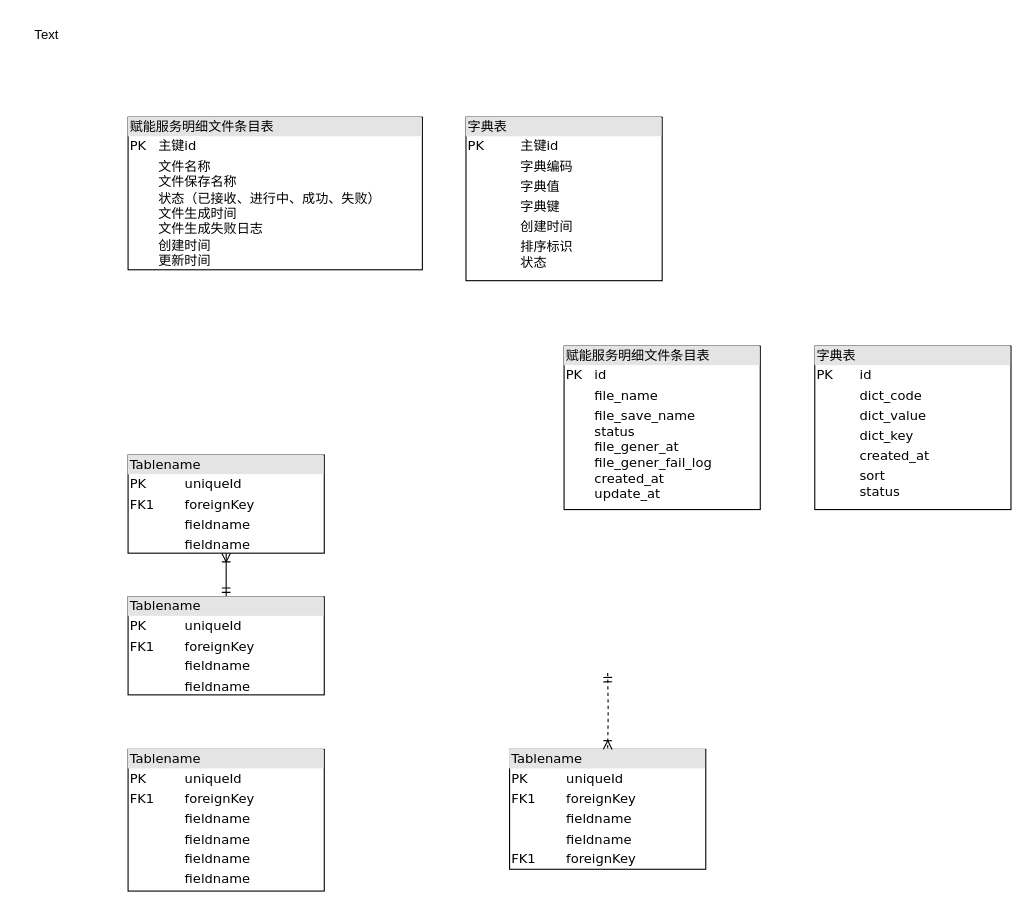
Before: 监管服务物理模型.drawio in b897846872/blogbackui, a draw.io diagram. Source tidied: cells renumbered, new cells numbered last; positions are measured from the earlier drawing's top-left corner, leaving out a move shared by most shapes. Both pictures are drawn from the tidied source at 109%, with x=0, y=0 at pixel (19, 19).
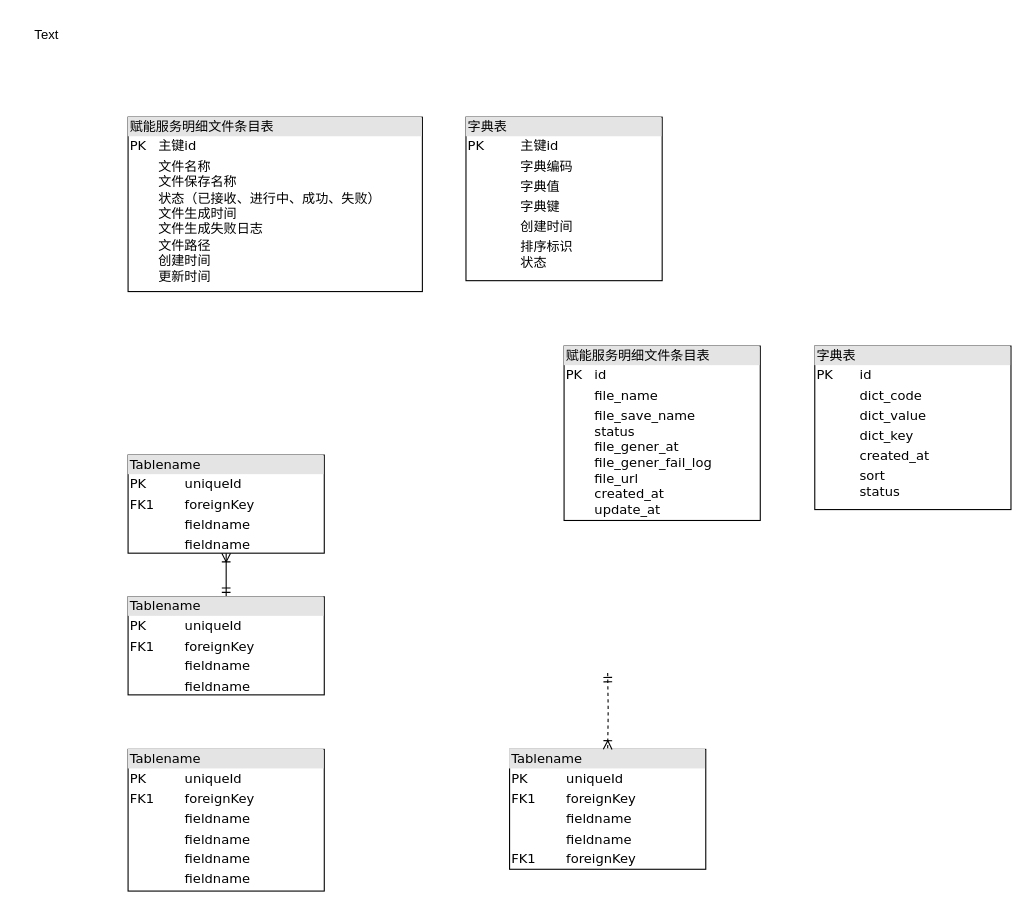
The same page after the edit.

Commit message:
更新监管服务物理模型.drawio

What changed in the source:
```diff
@@
 <mxGraphModel>
   <root>
     <mxCell id="0" />
     <mxCell id="1" parent="0" />
-    <mxCell id="2" value="&lt;div style=&quot;box-sizing: border-box; width: 100%; background: rgb(228, 228, 228); padding: 2px;&quot;&gt;赋能服务明细文件条目表&lt;/div&gt;&lt;table style=&quot;width:100%;font-size:1em;&quot; cellpadding=&quot;2&quot; cellspacing=&quot;0&quot;&gt;&lt;tbody&gt;&lt;tr&gt;&lt;td&gt;PK&lt;/td&gt;&lt;td&gt;&amp;nbsp;主键id&lt;/td&gt;&lt;/tr&gt;&lt;tr&gt;&lt;td&gt;&lt;br&gt;&lt;/td&gt;&lt;td&gt;&amp;nbsp;文件名称&lt;br&gt;&amp;nbsp;文件保存名称&lt;br&gt;&amp;nbsp;状态（已接收、进行中、成功、失败）&lt;br&gt;&amp;nbsp;文件生成时间&lt;br&gt;&amp;nbsp;文件生成失败日志&lt;br&gt;&amp;nbsp;创建时间&lt;br&gt;&amp;nbsp;更新时间&lt;/td&gt;&lt;/tr&gt;&lt;tr&gt;&lt;td&gt;&lt;/td&gt;&lt;td&gt;&lt;br&gt;&lt;/td&gt;&lt;/tr&gt;&lt;/tbody&gt;&lt;/table&gt;" style="verticalAlign=top;align=left;overflow=fill;html=1;rounded=0;shadow=0;comic=0;labelBackgroundColor=none;strokeWidth=1;fontFamily=Verdana;fontSize=12;" parent="1" vertex="1">
-      <mxGeometry x="100" y="90" width="270" height="140" as="geometry" />
+    <mxCell id="2" value="&lt;div style=&quot;box-sizing: border-box; width: 100%; background: rgb(228, 228, 228); padding: 2px;&quot;&gt;赋能服务明细文件条目表&lt;/div&gt;&lt;table style=&quot;width:100%;font-size:1em;&quot; cellpadding=&quot;2&quot; cellspacing=&quot;0&quot;&gt;&lt;tbody&gt;&lt;tr&gt;&lt;td&gt;PK&lt;/td&gt;&lt;td&gt;&amp;nbsp;主键id&lt;/td&gt;&lt;/tr&gt;&lt;tr&gt;&lt;td&gt;&lt;br&gt;&lt;/td&gt;&lt;td&gt;&amp;nbsp;文件名称&lt;br&gt;&amp;nbsp;文件保存名称&lt;br&gt;&amp;nbsp;状态（已接收、进行中、成功、失败）&lt;br&gt;&amp;nbsp;文件生成时间&lt;br&gt;&amp;nbsp;文件生成失败日志&lt;br&gt;&amp;nbsp;文件路径&lt;br&gt;&amp;nbsp;创建时间&lt;br&gt;&amp;nbsp;更新时间&lt;/td&gt;&lt;/tr&gt;&lt;tr&gt;&lt;td&gt;&lt;/td&gt;&lt;td&gt;&lt;br&gt;&lt;/td&gt;&lt;/tr&gt;&lt;/tbody&gt;&lt;/table&gt;" style="verticalAlign=top;align=left;overflow=fill;html=1;rounded=0;shadow=0;comic=0;labelBackgroundColor=none;strokeWidth=1;fontFamily=Verdana;fontSize=12;" parent="1" vertex="1">
+      <mxGeometry x="100" y="90" width="270" height="160" as="geometry" />
     </mxCell>
     <mxCell id="3" value="&lt;div style=&quot;box-sizing: border-box; width: 100%; background: rgb(228, 228, 228); padding: 2px;&quot;&gt;字典表&lt;/div&gt;&lt;table style=&quot;width: 100% ; font-size: 1em&quot; cellpadding=&quot;2&quot; cellspacing=&quot;0&quot;&gt;&lt;tbody&gt;&lt;tr&gt;&lt;td&gt;PK&lt;/td&gt;&lt;td&gt;主键id&lt;/td&gt;&lt;/tr&gt;&lt;tr&gt;&lt;td&gt;&lt;br&gt;&lt;/td&gt;&lt;td&gt;字典编码&lt;/td&gt;&lt;/tr&gt;&lt;tr&gt;&lt;td&gt;&lt;/td&gt;&lt;td&gt;字典值&lt;/td&gt;&lt;/tr&gt;&lt;tr&gt;&lt;td&gt;&lt;br&gt;&lt;/td&gt;&lt;td&gt;字典键&lt;/td&gt;&lt;/tr&gt;&lt;tr&gt;&lt;td&gt;&lt;br&gt;&lt;/td&gt;&lt;td&gt;创建时间&lt;/td&gt;&lt;/tr&gt;&lt;tr&gt;&lt;td&gt;&lt;br&gt;&lt;/td&gt;&lt;td&gt;排序标识&lt;br&gt;状态&lt;/td&gt;&lt;/tr&gt;&lt;/tbody&gt;&lt;/table&gt;" style="verticalAlign=top;align=left;overflow=fill;html=1;rounded=0;shadow=0;comic=0;labelBackgroundColor=none;strokeWidth=1;fontFamily=Verdana;fontSize=12;" parent="1" vertex="1">
       <mxGeometry x="410" y="90" width="180" height="150" as="geometry" />
     </mxCell>
     <mxCell id="4" style="edgeStyle=orthogonalEdgeStyle;html=1;labelBackgroundColor=none;startArrow=ERmandOne;endArrow=ERoneToMany;fontFamily=Verdana;fontSize=12;align=left;" parent="1" edge="1" source="5" target="6">
       <mxGeometry relative="1" as="geometry" />
     </mxCell>
     <mxCell id="5" value="&lt;div style=&quot;box-sizing: border-box ; width: 100% ; background: #e4e4e4 ; padding: 2px&quot;&gt;Tablename&lt;/div&gt;&lt;table style=&quot;width: 100% ; font-size: 1em&quot; cellpadding=&quot;2&quot; cellspacing=&quot;0&quot;&gt;&lt;tbody&gt;&lt;tr&gt;&lt;td&gt;PK&lt;/td&gt;&lt;td&gt;uniqueId&lt;/td&gt;&lt;/tr&gt;&lt;tr&gt;&lt;td&gt;FK1&lt;/td&gt;&lt;td&gt;foreignKey&lt;/td&gt;&lt;/tr&gt;&lt;tr&gt;&lt;td&gt;&lt;/td&gt;&lt;td&gt;fieldname&lt;/td&gt;&lt;/tr&gt;&lt;tr&gt;&lt;td&gt;&lt;br&gt;&lt;/td&gt;&lt;td&gt;fieldname&lt;br&gt;&lt;/td&gt;&lt;/tr&gt;&lt;/tbody&gt;&lt;/table&gt;" style="verticalAlign=top;align=left;overflow=fill;html=1;rounded=0;shadow=0;comic=0;labelBackgroundColor=none;strokeWidth=1;fontFamily=Verdana;fontSize=12;" parent="1" vertex="1">
       <mxGeometry x="100" y="530" width="180" height="90" as="geometry" />
     </mxCell>
     <mxCell id="6" value="&lt;div style=&quot;box-sizing: border-box ; width: 100% ; background: #e4e4e4 ; padding: 2px&quot;&gt;Tablename&lt;/div&gt;&lt;table style=&quot;width: 100% ; font-size: 1em&quot; cellpadding=&quot;2&quot; cellspacing=&quot;0&quot;&gt;&lt;tbody&gt;&lt;tr&gt;&lt;td&gt;PK&lt;/td&gt;&lt;td&gt;uniqueId&lt;/td&gt;&lt;/tr&gt;&lt;tr&gt;&lt;td&gt;FK1&lt;/td&gt;&lt;td&gt;foreignKey&lt;/td&gt;&lt;/tr&gt;&lt;tr&gt;&lt;td&gt;&lt;/td&gt;&lt;td&gt;fieldname&lt;/td&gt;&lt;/tr&gt;&lt;tr&gt;&lt;td&gt;&lt;br&gt;&lt;/td&gt;&lt;td&gt;fieldname&lt;br&gt;&lt;/td&gt;&lt;/tr&gt;&lt;/tbody&gt;&lt;/table&gt;" style="verticalAlign=top;align=left;overflow=fill;html=1;rounded=0;shadow=0;comic=0;labelBackgroundColor=none;strokeWidth=1;fontFamily=Verdana;fontSize=12;" parent="1" vertex="1">
       <mxGeometry x="100" y="400" width="180" height="90" as="geometry" />
     </mxCell>
     <mxCell id="7" value="&lt;div style=&quot;box-sizing: border-box ; width: 100% ; background: #e4e4e4 ; padding: 2px&quot;&gt;Tablename&lt;/div&gt;&lt;table style=&quot;width: 100% ; font-size: 1em&quot; cellpadding=&quot;2&quot; cellspacing=&quot;0&quot;&gt;&lt;tbody&gt;&lt;tr&gt;&lt;td&gt;PK&lt;/td&gt;&lt;td&gt;uniqueId&lt;/td&gt;&lt;/tr&gt;&lt;tr&gt;&lt;td&gt;FK1&lt;/td&gt;&lt;td&gt;foreignKey&lt;/td&gt;&lt;/tr&gt;&lt;tr&gt;&lt;td&gt;&lt;/td&gt;&lt;td&gt;fieldname&lt;/td&gt;&lt;/tr&gt;&lt;tr&gt;&lt;td&gt;&lt;br&gt;&lt;/td&gt;&lt;td&gt;fieldname&lt;br&gt;&lt;/td&gt;&lt;/tr&gt;&lt;tr&gt;&lt;td&gt;FK1&lt;br&gt;&lt;/td&gt;&lt;td&gt;foreignKey&lt;br&gt;&lt;/td&gt;&lt;/tr&gt;&lt;/tbody&gt;&lt;/table&gt;" style="verticalAlign=top;align=left;overflow=fill;html=1;rounded=0;shadow=0;comic=0;labelBackgroundColor=none;strokeWidth=1;fontFamily=Verdana;fontSize=12;" parent="1" vertex="1">
       <mxGeometry x="450" y="670" width="180" height="110" as="geometry" />
     </mxCell>
     <mxCell id="8" style="edgeStyle=orthogonalEdgeStyle;html=1;entryX=0.5;entryY=0;labelBackgroundColor=none;startArrow=ERmandOne;endArrow=ERoneToMany;fontFamily=Verdana;fontSize=12;align=left;dashed=1;" parent="1" edge="1" target="7">
       <mxGeometry relative="1" as="geometry">
         <mxPoint x="540" y="600" as="sourcePoint" />
       </mxGeometry>
     </mxCell>
     <mxCell id="9" value="&lt;div style=&quot;box-sizing: border-box ; width: 100% ; background: #e4e4e4 ; padding: 2px&quot;&gt;Tablename&lt;/div&gt;&lt;table style=&quot;width: 100% ; font-size: 1em&quot; cellpadding=&quot;2&quot; cellspacing=&quot;0&quot;&gt;&lt;tbody&gt;&lt;tr&gt;&lt;td&gt;PK&lt;/td&gt;&lt;td&gt;uniqueId&lt;/td&gt;&lt;/tr&gt;&lt;tr&gt;&lt;td&gt;FK1&lt;/td&gt;&lt;td&gt;foreignKey&lt;/td&gt;&lt;/tr&gt;&lt;tr&gt;&lt;td&gt;&lt;/td&gt;&lt;td&gt;fieldname&lt;/td&gt;&lt;/tr&gt;&lt;tr&gt;&lt;td&gt;&lt;br&gt;&lt;/td&gt;&lt;td&gt;fieldname&lt;br&gt;&lt;/td&gt;&lt;/tr&gt;&lt;tr&gt;&lt;td&gt;&lt;br&gt;&lt;/td&gt;&lt;td&gt;fieldname&lt;br&gt;&lt;/td&gt;&lt;/tr&gt;&lt;tr&gt;&lt;td&gt;&lt;br&gt;&lt;/td&gt;&lt;td&gt;fieldname&lt;br&gt;&lt;/td&gt;&lt;/tr&gt;&lt;/tbody&gt;&lt;/table&gt;" style="verticalAlign=top;align=left;overflow=fill;html=1;rounded=0;shadow=0;comic=0;labelBackgroundColor=none;strokeWidth=1;fontFamily=Verdana;fontSize=12;" parent="1" vertex="1">
       <mxGeometry x="100" y="670" width="180" height="130" as="geometry" />
     </mxCell>
     <mxCell id="10" value="Text" style="text;html=1;align=center;verticalAlign=middle;strokeColor=none;fillColor=none;" parent="1" vertex="1">
       <mxGeometry width="50" height="30" as="geometry" />
     </mxCell>
-    <mxCell id="11" value="&lt;div style=&quot;box-sizing: border-box; width: 100%; background: rgb(228, 228, 228); padding: 2px;&quot;&gt;赋能服务明细文件条目表&lt;/div&gt;&lt;table style=&quot;width:100%;font-size:1em;&quot; cellpadding=&quot;2&quot; cellspacing=&quot;0&quot;&gt;&lt;tbody&gt;&lt;tr&gt;&lt;td&gt;PK&lt;/td&gt;&lt;td&gt;id&lt;/td&gt;&lt;/tr&gt;&lt;tr&gt;&lt;td&gt;&lt;/td&gt;&lt;td&gt;file_name&lt;/td&gt;&lt;/tr&gt;&lt;tr&gt;&lt;td&gt;&lt;/td&gt;&lt;td&gt;file_save_name&lt;br&gt;status&lt;br&gt;file_gener_at&lt;br&gt;file_gener_fail_log&lt;br&gt;created_at&lt;br&gt;update_at&lt;/td&gt;&lt;/tr&gt;&lt;/tbody&gt;&lt;/table&gt;" style="verticalAlign=top;align=left;overflow=fill;html=1;rounded=0;shadow=0;comic=0;labelBackgroundColor=none;strokeWidth=1;fontFamily=Verdana;fontSize=12;" parent="1" vertex="1">
-      <mxGeometry x="500" y="300" width="180" height="150" as="geometry" />
+    <mxCell id="11" value="&lt;div style=&quot;box-sizing: border-box; width: 100%; background: rgb(228, 228, 228); padding: 2px;&quot;&gt;赋能服务明细文件条目表&lt;/div&gt;&lt;table style=&quot;width:100%;font-size:1em;&quot; cellpadding=&quot;2&quot; cellspacing=&quot;0&quot;&gt;&lt;tbody&gt;&lt;tr&gt;&lt;td&gt;PK&lt;/td&gt;&lt;td&gt;id&lt;/td&gt;&lt;/tr&gt;&lt;tr&gt;&lt;td&gt;&lt;/td&gt;&lt;td&gt;file_name&lt;/td&gt;&lt;/tr&gt;&lt;tr&gt;&lt;td&gt;&lt;/td&gt;&lt;td&gt;file_save_name&lt;br&gt;status&lt;br&gt;file_gener_at&lt;br&gt;file_gener_fail_log&lt;br&gt;file_url&lt;br&gt;created_at&lt;br&gt;update_at&lt;/td&gt;&lt;/tr&gt;&lt;/tbody&gt;&lt;/table&gt;" style="verticalAlign=top;align=left;overflow=fill;html=1;rounded=0;shadow=0;comic=0;labelBackgroundColor=none;strokeWidth=1;fontFamily=Verdana;fontSize=12;" parent="1" vertex="1">
+      <mxGeometry x="500" y="300" width="180" height="160" as="geometry" />
     </mxCell>
     <mxCell id="12" value="&lt;div style=&quot;box-sizing: border-box; width: 100%; background: rgb(228, 228, 228); padding: 2px;&quot;&gt;字典表&lt;/div&gt;&lt;table style=&quot;width: 100% ; font-size: 1em&quot; cellpadding=&quot;2&quot; cellspacing=&quot;0&quot;&gt;&lt;tbody&gt;&lt;tr&gt;&lt;td&gt;PK&lt;/td&gt;&lt;td&gt;id&lt;/td&gt;&lt;/tr&gt;&lt;tr&gt;&lt;td&gt;&lt;br&gt;&lt;/td&gt;&lt;td&gt;dict_code&lt;/td&gt;&lt;/tr&gt;&lt;tr&gt;&lt;td&gt;&lt;/td&gt;&lt;td&gt;dict_value&lt;/td&gt;&lt;/tr&gt;&lt;tr&gt;&lt;td&gt;&lt;br&gt;&lt;/td&gt;&lt;td&gt;dict_key&lt;br&gt;&lt;/td&gt;&lt;/tr&gt;&lt;tr&gt;&lt;td&gt;&lt;br&gt;&lt;/td&gt;&lt;td&gt;created_at&lt;/td&gt;&lt;/tr&gt;&lt;tr&gt;&lt;td&gt;&lt;/td&gt;&lt;td&gt;sort&lt;br&gt;status&lt;/td&gt;&lt;/tr&gt;&lt;/tbody&gt;&lt;/table&gt;" style="verticalAlign=top;align=left;overflow=fill;html=1;rounded=0;shadow=0;comic=0;labelBackgroundColor=none;strokeWidth=1;fontFamily=Verdana;fontSize=12;" parent="1" vertex="1">
       <mxGeometry x="730" y="300" width="180" height="150" as="geometry" />
     </mxCell>
   </root>
 </mxGraphModel>
```
